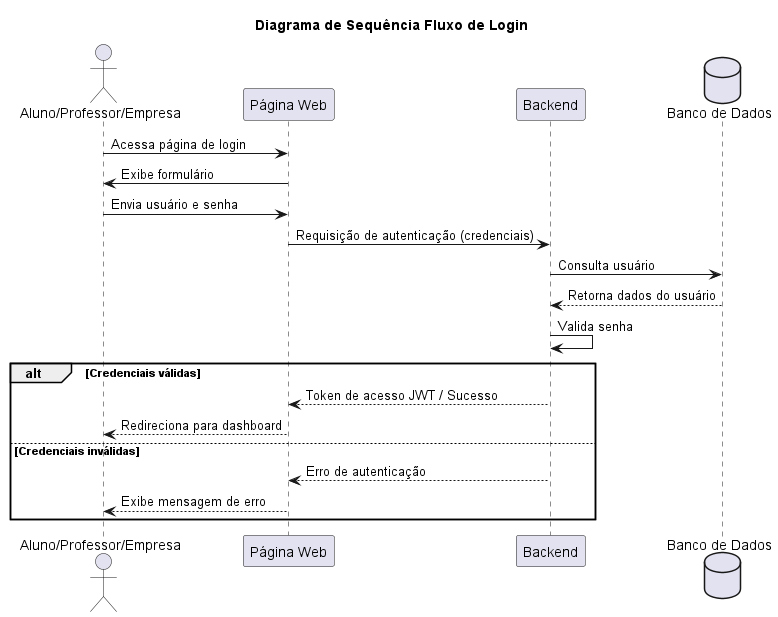
The PlantUML diagram docs/sequence-diagrams/Login.png in jjoaom/PS-PUCMG-StudentCoin, before a commit.
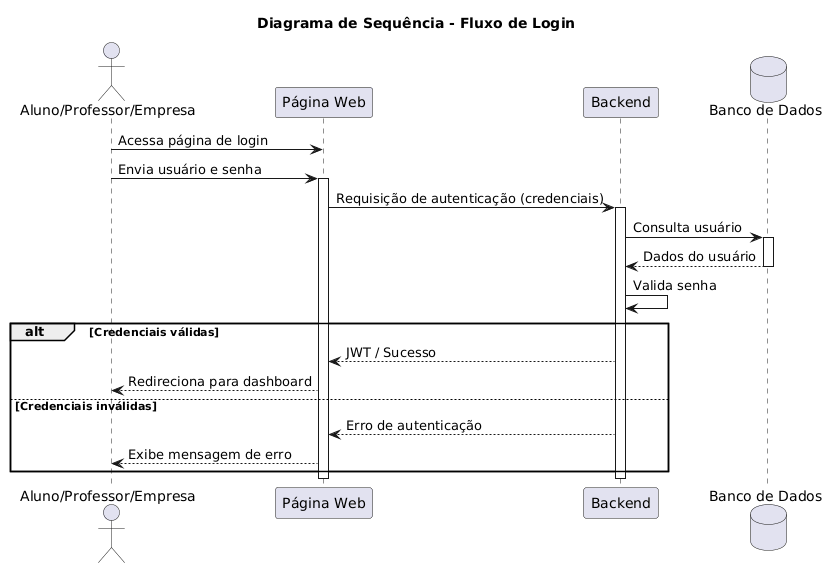
The same diagram one commit later.

Commit message:
Fix: Adicionado linhas de vida nos diagramas de sequência

The edit, as a diff of the source:
```diff
@@ -1,27 +1,34 @@
 @startuml
-title "Diagrama de Sequência Fluxo de Login"
+title "Diagrama de Sequência - Fluxo de Login"
+
 actor Usuario as "Aluno/Professor/Empresa"
 participant "Página Web" as Frontend
 participant "Backend" as Backend
 database "Banco de Dados" as DB
 
 Usuario -> Frontend: Acessa página de login
-Frontend -> Usuario: Exibe formulário
 
 Usuario -> Frontend: Envia usuário e senha
+activate Frontend
+
 Frontend -> Backend: Requisição de autenticação (credenciais)
+activate Backend
 
 Backend -> DB: Consulta usuário
-DB --> Backend: Retorna dados do usuário
+activate DB
+DB --> Backend: Dados do usuário
+deactivate DB
 
 Backend -> Backend: Valida senha
 
 alt Credenciais válidas
-    Backend --> Frontend: Token de acesso JWT / Sucesso
+    Backend --> Frontend: JWT / Sucesso
     Frontend --> Usuario: Redireciona para dashboard
 else Credenciais inválidas
     Backend --> Frontend: Erro de autenticação
     Frontend --> Usuario: Exibe mensagem de erro
 end
 
+deactivate Backend
+deactivate Frontend
 @enduml
```
